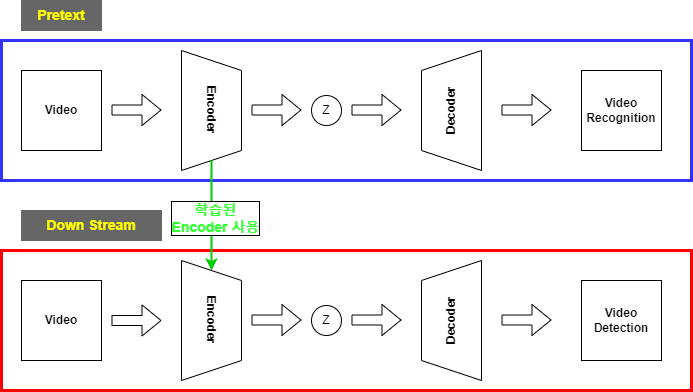
The draw.io diagram 연구주제.drawio.png in Kyoungrae-Noh/Self-Supervised-Learning, before a commit. Source tidied: cells renumbered, new cells last; positions are measured from the earlier drawing's top-left corner, leaving out a move shared by most shapes.
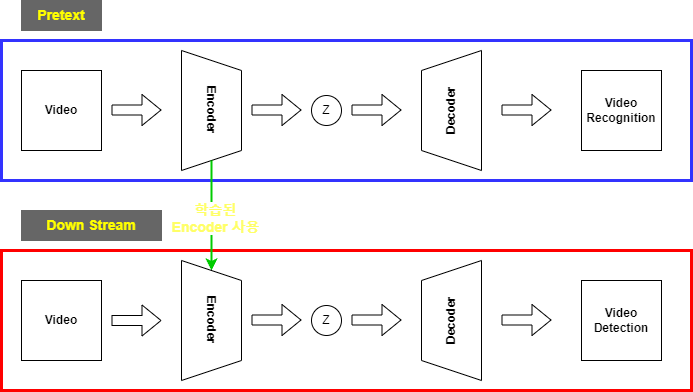
After the commit.

Commit message:
연구주제.drawio.png 업데이트

Change to the diagram source:
```diff
@@ -52,7 +52,7 @@
         <mxPoint x="210" y="160" as="sourcePoint" />
       </mxGeometry>
     </mxCell>
-    <mxCell id="14" value="&lt;b style=&quot;&quot;&gt;&lt;font color=&quot;#33ff33&quot;&gt;학습된 &lt;br&gt;Encoder 사용&lt;/font&gt;&lt;/b&gt;" style="edgeLabel;html=1;align=center;verticalAlign=middle;fontSize=14;fontColor=#FFFF00;labelBorderColor=default;" parent="13" vertex="1">
+    <mxCell id="14" value="&lt;b style=&quot;&quot;&gt;&lt;font color=&quot;#ffff66&quot;&gt;학습된 &lt;br&gt;Encoder 사용&lt;/font&gt;&lt;/b&gt;" style="edgeLabel;html=1;align=center;verticalAlign=middle;fontSize=14;fontColor=#FFFF00;labelBorderColor=none;" parent="13" vertex="1">
       <mxGeometry x="0.34" y="-4" relative="1" as="geometry">
         <mxPoint x="7" y="-17" as="offset" />
       </mxGeometry>
```
